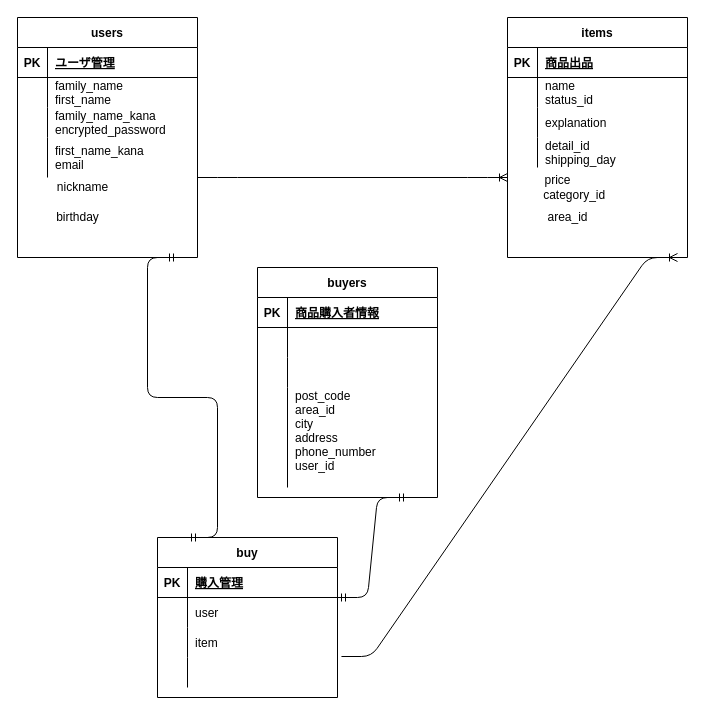
Before: ER図.dio in sakaki38/furima-36023, a draw.io diagram. Source tidied: cells renumbered, new cells numbered last; positions are measured from the earlier drawing's top-left corner, leaving out a move shared by most shapes. Both pictures are drawn from the tidied source at 100%, with x=0, y=0 at pixel (17, 17).
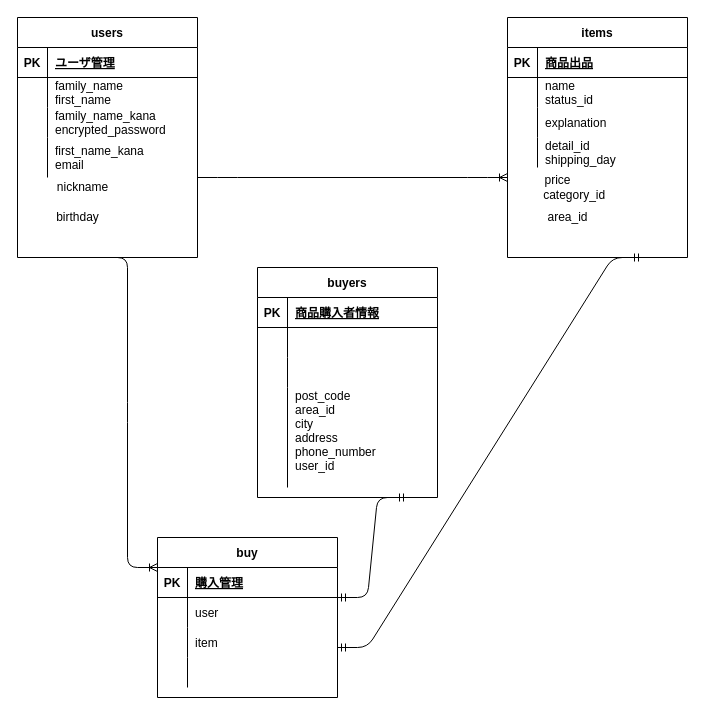
The same diagram, later.

The change refers to these unchanged cells:
```xml
<mxCell id="28" value="items" style="shape=table;startSize=30;childLayout=tableLayout;rowLines=0;fontStyle=1;align=center;" parent="1" vertex="1">
  <mxGeometry x="490" width="180" height="240" as="geometry" />
</mxCell>
<mxCell id="53" style="shape=partialRectangle;fillColor=none;top=0;left=0;bottom=0;right=0;points=[[0,0.5],[1,0.5]];portConstraint=eastwest;" parent="46" vertex="1">
  <mxGeometry y="90" width="180" height="30" as="geometry" />
</mxCell>
```

What changed in the source:
```diff
@@
-    <mxCell id="60" style="edgeStyle=entityRelationEdgeStyle;fontSize=12;html=1;endArrow=ERoneToMany;exitX=1.022;exitY=0.967;exitDx=0;exitDy=0;exitPerimeter=0;" parent="1" edge="1" source="53">
-      <mxGeometry relative="1" as="geometry">
-        <mxPoint x="660" y="240" as="targetPoint" />
-      </mxGeometry>
-    </mxCell>
-    <mxCell id="61" style="edgeStyle=entityRelationEdgeStyle;fontSize=12;html=1;endArrow=ERmandOne;startArrow=ERmandOne;" parent="1" edge="1">
-      <mxGeometry relative="1" as="geometry">
-        <mxPoint x="170" y="520" as="sourcePoint" />
-        <mxPoint x="160" y="240" as="targetPoint" />
-      </mxGeometry>
-    </mxCell>
+    <mxCell id="62" style="edgeStyle=entityRelationEdgeStyle;fontSize=12;html=1;endArrow=ERoneToMany;" parent="1" edge="1">
+      <mxGeometry relative="1" as="geometry">
+        <mxPoint x="80" y="240" as="sourcePoint" />
+        <mxPoint x="140" y="550" as="targetPoint" />
+      </mxGeometry>
+    </mxCell>
+    <mxCell id="63" style="edgeStyle=entityRelationEdgeStyle;fontSize=12;html=1;endArrow=ERmandOne;startArrow=ERmandOne;entryX=0.75;entryY=1;entryDx=0;entryDy=0;" parent="1" edge="1" target="28">
+      <mxGeometry relative="1" as="geometry">
+        <mxPoint x="320" y="630" as="sourcePoint" />
+      </mxGeometry>
+    </mxCell>
```
